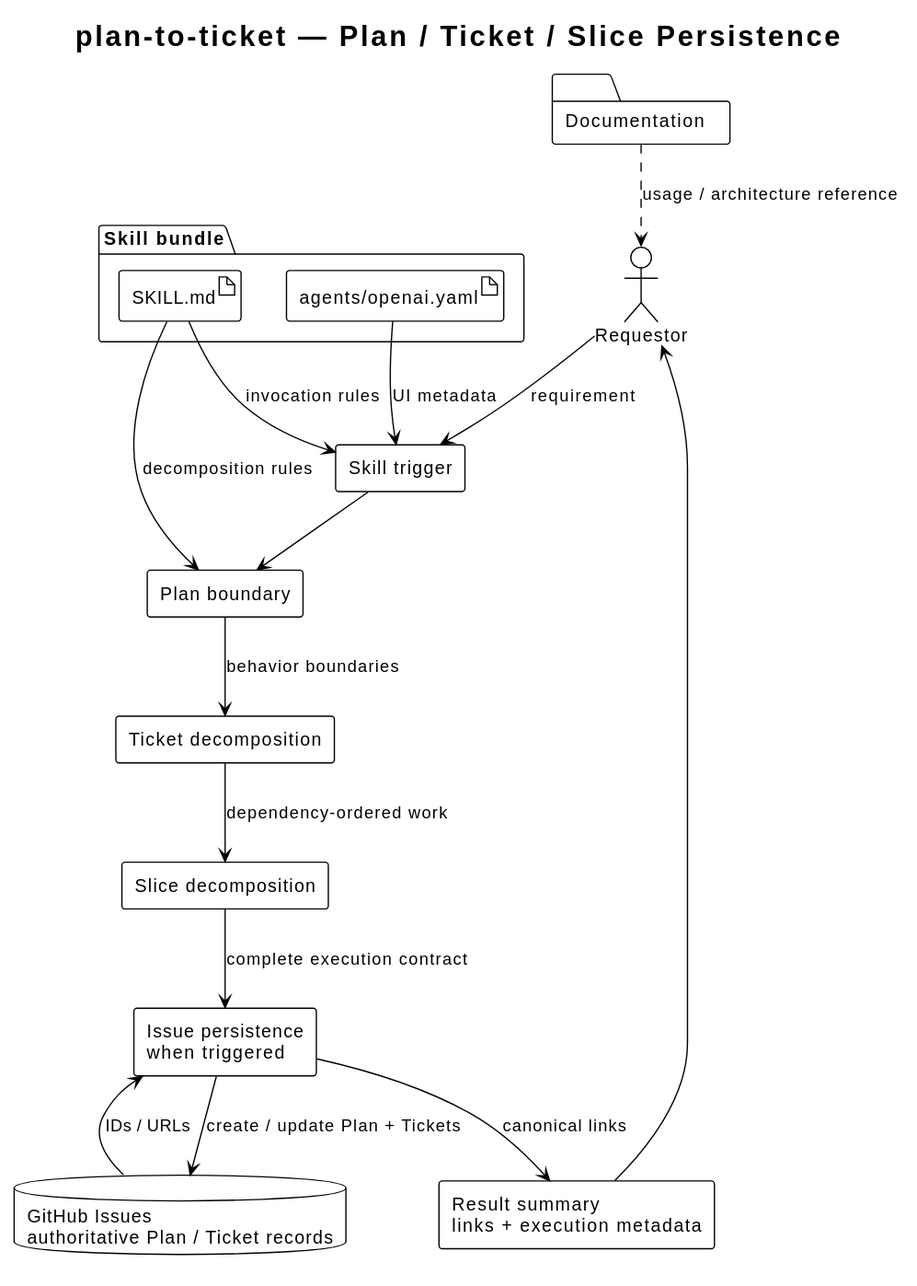
Above: docs/skills/plan-to-ticket/diagrams/plan-to-ticket-architecture.svg in i-zrhe2016/codex-development-workflow (PlantUML), before the change.
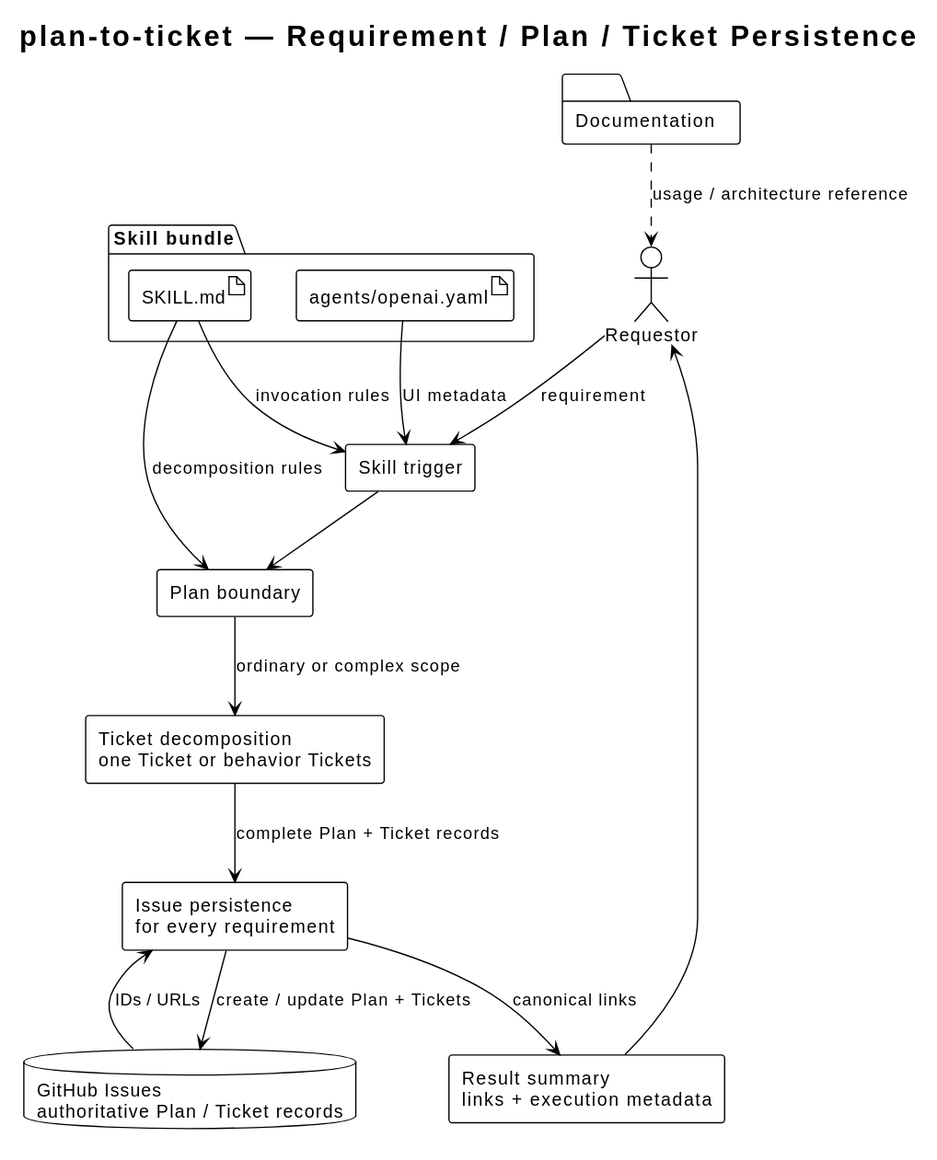
After the change.

Diff of the diagram source:
```diff
@@ -5,14 +5,13 @@
 skinparam defaultFontName Arial
 skinparam componentStyle rectangle
 
-title plan-to-ticket — Plan / Ticket / Slice Persistence
+title plan-to-ticket — Requirement / Plan / Ticket Persistence
 
 actor "Requestor" as requestor
 component "Skill trigger" as trigger
 component "Plan boundary" as plan
-component "Ticket decomposition" as tickets
-component "Slice decomposition" as slices
-component "Issue persistence\nwhen triggered" as persistence
+component "Ticket decomposition\none Ticket or behavior Tickets" as tickets
+component "Issue persistence\nfor every requirement" as persistence
 database "GitHub Issues\nauthoritative Plan / Ticket records" as issues
 component "Result summary\nlinks + execution metadata" as output
 
@@ -24,9 +23,8 @@
 
 requestor --> trigger : requirement
 trigger --> plan
-plan --> tickets : behavior boundaries
-tickets --> slices : dependency-ordered work
-slices --> persistence : complete execution contract
+plan --> tickets : ordinary or complex scope
+tickets --> persistence : complete Plan + Ticket records
 persistence --> issues : create / update Plan + Tickets
 issues --> persistence : IDs / URLs
 persistence --> output : canonical links
```
